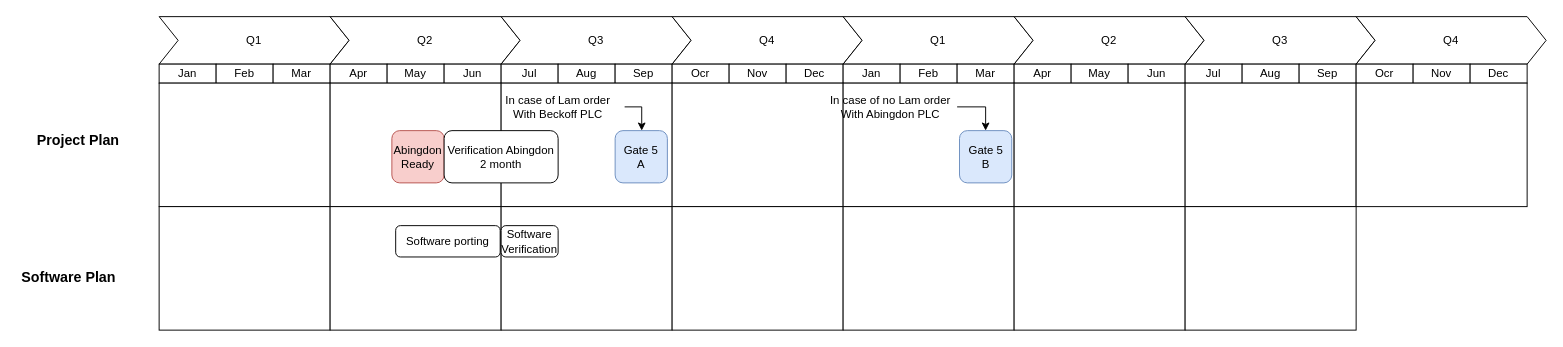
The draw.io diagram Regis NPI Build.drawio in EdwardsKorea/CommonDrawIO, before the edit. Source tidied: cells renumbered, new cells numbered last; positions are measured from the earlier drawing's top-left corner, leaving out a move shared by most shapes. Both pictures are drawn from the tidied source at 95%, with x=0, y=0 at pixel (16, 16).
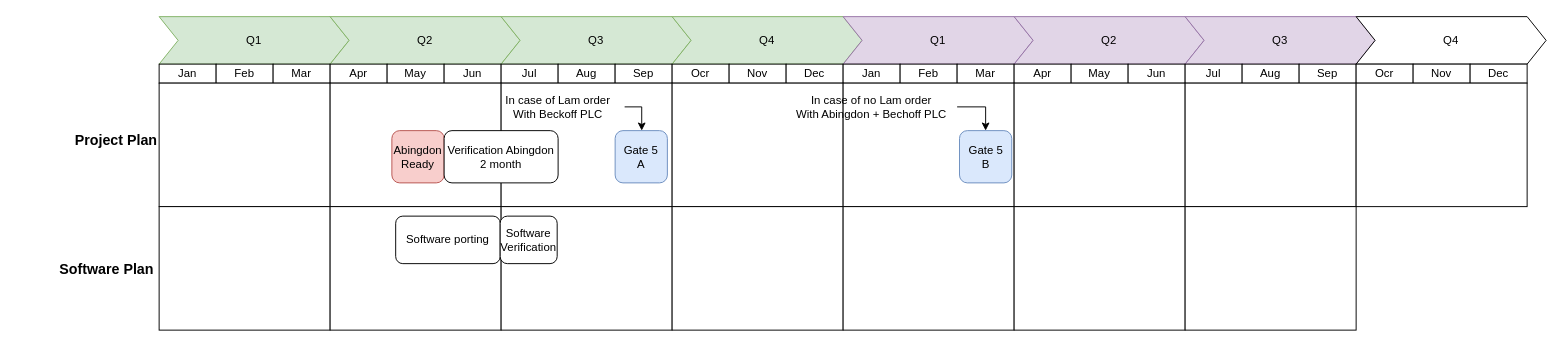
The same diagram, later.

Diff of the diagram source:
```diff
@@
-    <mxCell id="2" value="Q1" style="shape=step;perimeter=stepPerimeter;whiteSpace=wrap;html=1;fixedSize=1;" parent="1" vertex="1">
+    <mxCell id="2" value="Q1" style="shape=step;perimeter=stepPerimeter;whiteSpace=wrap;html=1;fixedSize=1;fillColor=#d5e8d4;strokeColor=#82b366;" parent="1" vertex="1">
       <mxGeometry x="150" width="200" height="50" as="geometry" />
     </mxCell>
@@
-    <mxCell id="6" value="Q2" style="shape=step;perimeter=stepPerimeter;whiteSpace=wrap;html=1;fixedSize=1;" parent="1" vertex="1">
+    <mxCell id="6" value="Q2" style="shape=step;perimeter=stepPerimeter;whiteSpace=wrap;html=1;fixedSize=1;fillColor=#d5e8d4;strokeColor=#82b366;" parent="1" vertex="1">
       <mxGeometry x="330" width="200" height="50" as="geometry" />
     </mxCell>
@@
-    <mxCell id="10" value="Q3" style="shape=step;perimeter=stepPerimeter;whiteSpace=wrap;html=1;fixedSize=1;" parent="1" vertex="1">
+    <mxCell id="10" value="Q3" style="shape=step;perimeter=stepPerimeter;whiteSpace=wrap;html=1;fixedSize=1;fillColor=#d5e8d4;strokeColor=#82b366;" parent="1" vertex="1">
       <mxGeometry x="510" width="200" height="50" as="geometry" />
     </mxCell>
@@
-    <mxCell id="14" value="Q4" style="shape=step;perimeter=stepPerimeter;whiteSpace=wrap;html=1;fixedSize=1;" parent="1" vertex="1">
+    <mxCell id="14" value="Q4" style="shape=step;perimeter=stepPerimeter;whiteSpace=wrap;html=1;fixedSize=1;fillColor=#d5e8d4;strokeColor=#82b366;" parent="1" vertex="1">
       <mxGeometry x="690" width="200" height="50" as="geometry" />
     </mxCell>
@@
-    <mxCell id="18" value="Q1" style="shape=step;perimeter=stepPerimeter;whiteSpace=wrap;html=1;fixedSize=1;" parent="1" vertex="1">
+    <mxCell id="18" value="Q1" style="shape=step;perimeter=stepPerimeter;whiteSpace=wrap;html=1;fixedSize=1;fillColor=#e1d5e7;strokeColor=#9673a6;" parent="1" vertex="1">
       <mxGeometry x="870" width="200" height="50" as="geometry" />
     </mxCell>
@@
-    <mxCell id="22" value="Q2" style="shape=step;perimeter=stepPerimeter;whiteSpace=wrap;html=1;fixedSize=1;" parent="1" vertex="1">
+    <mxCell id="22" value="Q2" style="shape=step;perimeter=stepPerimeter;whiteSpace=wrap;html=1;fixedSize=1;fillColor=#e1d5e7;strokeColor=#9673a6;" parent="1" vertex="1">
       <mxGeometry x="1050" width="200" height="50" as="geometry" />
     </mxCell>
@@
-    <mxCell id="26" value="Q3" style="shape=step;perimeter=stepPerimeter;whiteSpace=wrap;html=1;fixedSize=1;" parent="1" vertex="1">
+    <mxCell id="26" value="Q3" style="shape=step;perimeter=stepPerimeter;whiteSpace=wrap;html=1;fixedSize=1;fillColor=#e1d5e7;strokeColor=#9673a6;" parent="1" vertex="1">
       <mxGeometry x="1230" width="200" height="50" as="geometry" />
     </mxCell>
@@
     <mxCell id="44" value="Project Plan" style="text;html=1;strokeColor=none;fillColor=none;align=center;verticalAlign=middle;whiteSpace=wrap;rounded=0;spacing=2;fontStyle=1;fontSize=15;" parent="1" vertex="1">
-      <mxGeometry x="20" y="100" width="90" height="60" as="geometry" />
+      <mxGeometry x="60" y="100" width="90" height="60" as="geometry" />
     </mxCell>
     <mxCell id="45" value="Software Plan" style="text;html=1;strokeColor=none;fillColor=none;align=center;verticalAlign=middle;whiteSpace=wrap;rounded=0;spacing=2;fontStyle=1;fontSize=15;" parent="1" vertex="1">
-      <mxGeometry y="244" width="110" height="60" as="geometry" />
+      <mxGeometry x="40" y="235" width="110" height="60" as="geometry" />
     </mxCell>
@@
-    <mxCell id="51" value="In case of no Lam order&lt;br&gt;With Abingdon PLC" style="text;html=1;strokeColor=none;fillColor=none;align=center;verticalAlign=middle;whiteSpace=wrap;rounded=0;" parent="1" vertex="1">
-      <mxGeometry x="850" y="80" width="140" height="30" as="geometry" />
+    <mxCell id="51" value="In case of no Lam order&lt;br&gt;With Abingdon + Bechoff PLC" style="text;html=1;strokeColor=none;fillColor=none;align=center;verticalAlign=middle;whiteSpace=wrap;rounded=0;" parent="1" vertex="1">
+      <mxGeometry x="810" y="80" width="180" height="30" as="geometry" />
     </mxCell>
@@
     <mxCell id="59" value="Software porting" style="rounded=1;whiteSpace=wrap;html=1;" parent="1" vertex="1">
-      <mxGeometry x="399" y="220" width="110" height="33" as="geometry" />
+      <mxGeometry x="399" y="210" width="110" height="50" as="geometry" />
     </mxCell>
     <mxCell id="60" value="Software Verification" style="rounded=1;whiteSpace=wrap;html=1;" parent="1" vertex="1">
-      <mxGeometry x="510" y="220" width="60" height="33" as="geometry" />
+      <mxGeometry x="509" y="210" width="60" height="50" as="geometry" />
     </mxCell>
```
